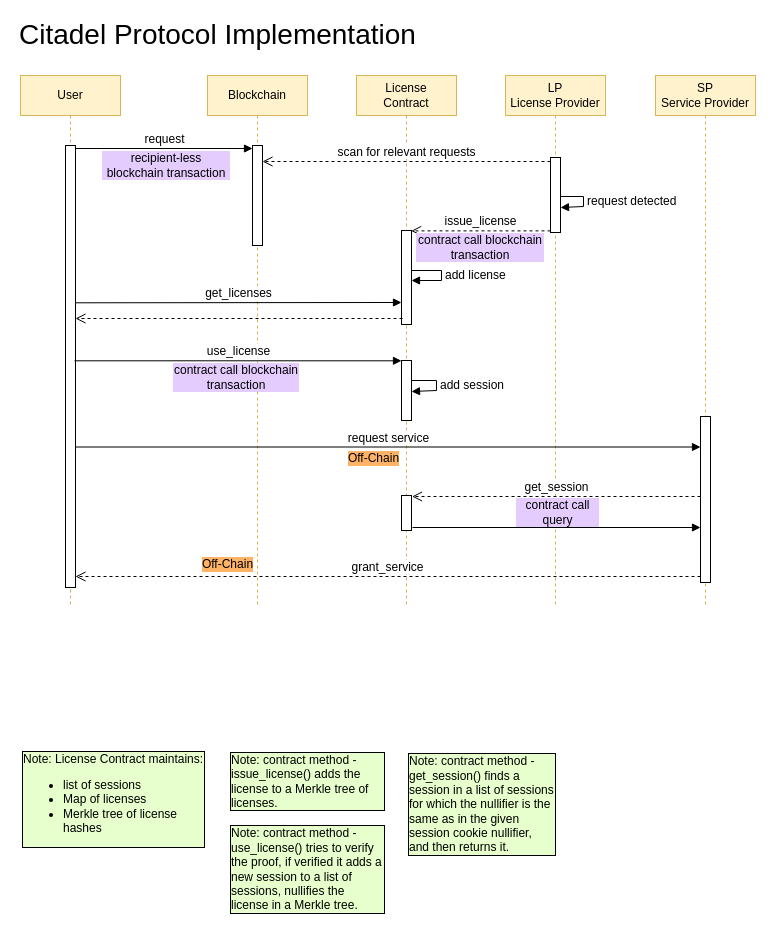
Above: docs/specs/images/implementation.drawio in dusk-network/citadel (draw.io), before the change. Source tidied: cells renumbered, new cells numbered last; positions are measured from the earlier drawing's top-left corner, leaving out a move shared by most shapes. Both pictures are drawn from the tidied source at 100%, with x=0, y=0 at pixel (17, 19).
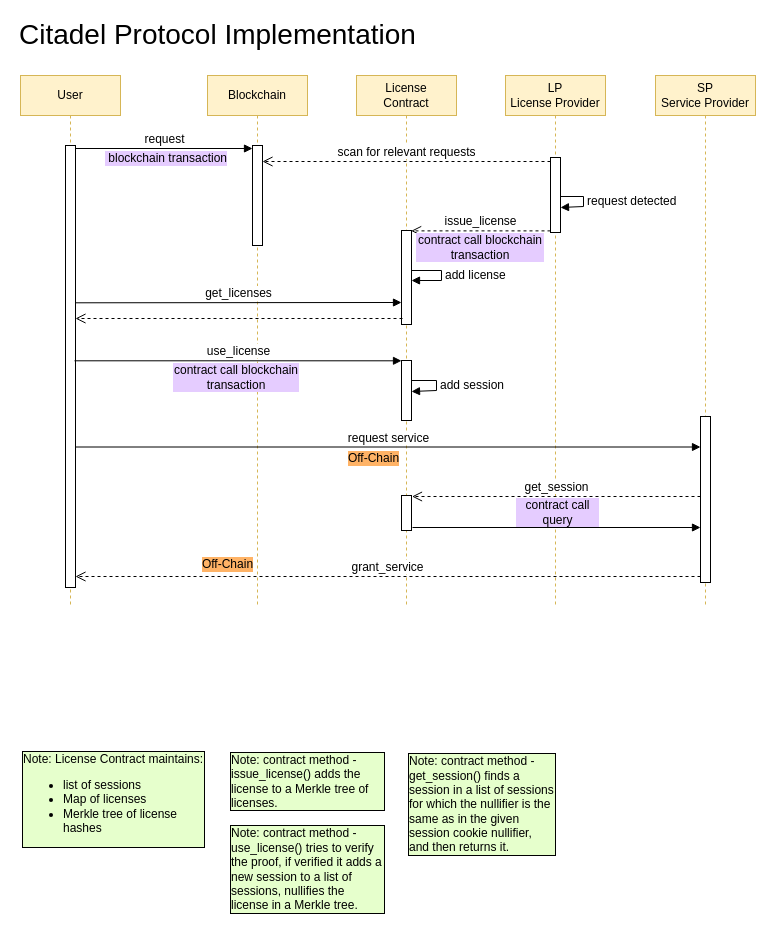
After the change.

Commit message (it also covers changes not shown here):
Removed recipient-less from the implementation diagram

Diff of the diagram source:
```diff
@@
-    <mxCell id="16" value="recipient-less blockchain transaction" style="text;html=1;strokeColor=none;fillColor=none;align=center;verticalAlign=middle;whiteSpace=wrap;rounded=0;labelBackgroundColor=#E5CCFF;fontSize=12;" parent="1" vertex="1">
-      <mxGeometry x="84" y="131" width="130" height="30" as="geometry" />
+    <mxCell id="16" value="&amp;nbsp;blockchain transaction" style="text;html=1;strokeColor=none;fillColor=none;align=center;verticalAlign=middle;whiteSpace=wrap;rounded=0;labelBackgroundColor=#E5CCFF;fontSize=12;" parent="1" vertex="1">
+      <mxGeometry x="84" y="131" width="130" height="15" as="geometry" />
     </mxCell>
```
